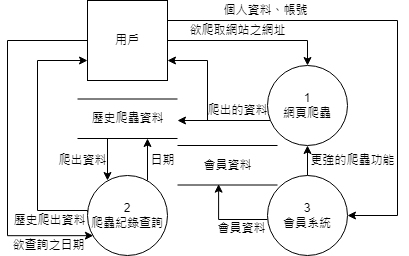
chunghaonien/topic_108 keeps this draw.io diagram as 手冊圖片/DFD/Diagram 0.png. Above is the earlier version. Source tidied: cells renumbered, new cells last; positions are measured from the earlier drawing's top-left corner, leaving out a move shared by most shapes.
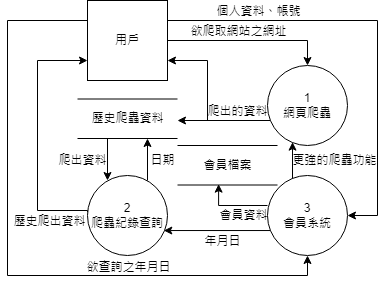
The same diagram one commit later.

The edit, as a diff of the source:
```diff
@@ -10,24 +10,11 @@
         <mxPoint x="5" y="-9" as="offset" />
       </mxGeometry>
     </mxCell>
-    <mxCell id="4" style="edgeStyle=orthogonalEdgeStyle;rounded=0;jettySize=auto;html=1;entryX=0.073;entryY=0.752;entryDx=0;entryDy=0;entryPerimeter=0;exitX=0;exitY=0.5;exitDx=0;exitDy=0;" parent="1" edge="1" source="8" target="20">
-      <mxGeometry relative="1" as="geometry">
-        <Array as="points">
-          <mxPoint y="40" />
-          <mxPoint y="235" />
-        </Array>
-      </mxGeometry>
-    </mxCell>
-    <mxCell id="5" value="欲查詢之日期" style="edgeLabel;html=1;align=center;verticalAlign=middle;" parent="4" vertex="1">
-      <mxGeometry x="0.7" relative="1" as="geometry">
-        <mxPoint x="9" y="10" as="offset" />
-      </mxGeometry>
-    </mxCell>
     <mxCell id="6" style="edgeStyle=orthogonalEdgeStyle;rounded=0;jettySize=auto;html=1;exitX=1;exitY=0.25;exitDx=0;exitDy=0;entryX=1;entryY=0.5;entryDx=0;entryDy=0;" parent="1" edge="1" source="8" target="27">
       <mxGeometry relative="1" as="geometry">
         <Array as="points">
-          <mxPoint x="390" y="20" />
-          <mxPoint x="390" y="215" />
+          <mxPoint x="370" y="20" />
+          <mxPoint x="370" y="215" />
         </Array>
       </mxGeometry>
     </mxCell>
@@ -36,6 +23,20 @@
         <mxPoint x="8" y="-8" as="offset" />
       </mxGeometry>
     </mxCell>
+    <mxCell id="35" style="edgeStyle=orthogonalEdgeStyle;rounded=0;jettySize=auto;html=1;exitX=0;exitY=0.25;exitDx=0;exitDy=0;entryX=0.5;entryY=1;entryDx=0;entryDy=0;" parent="1" edge="1" source="8" target="27">
+      <mxGeometry relative="1" as="geometry">
+        <Array as="points">
+          <mxPoint y="20" />
+          <mxPoint y="275" />
+          <mxPoint x="300" y="275" />
+        </Array>
+      </mxGeometry>
+    </mxCell>
+    <mxCell id="36" value="欲查詢之年月日" style="edgeLabel;html=1;align=center;verticalAlign=middle;" parent="35" vertex="1">
+      <mxGeometry x="0.56" y="-1" relative="1" as="geometry">
+        <mxPoint x="-57" y="-10" as="offset" />
+      </mxGeometry>
+    </mxCell>
     <mxCell id="8" value="用戶" style="whiteSpace=wrap;html=1;" parent="1" vertex="1">
       <mxGeometry x="80" width="80" height="80" as="geometry" />
     </mxCell>
@@ -114,26 +115,19 @@
         <mxPoint x="100" y="180" as="targetPoint" />
       </mxGeometry>
     </mxCell>
-    <mxCell id="24" style="edgeStyle=orthogonalEdgeStyle;rounded=0;orthogonalLoop=1;jettySize=auto;html=1;exitX=0;exitY=0.5;exitDx=0;exitDy=0;entryX=0.373;entryY=0.997;entryDx=0;entryDy=0;entryPerimeter=0;" parent="1" edge="1">
+    <mxCell id="24" style="edgeStyle=orthogonalEdgeStyle;rounded=0;jettySize=auto;html=1;exitX=0;exitY=0.375;exitDx=0;exitDy=0;entryX=0.373;entryY=0.997;entryDx=0;entryDy=0;entryPerimeter=0;exitPerimeter=0;" parent="1" edge="1" source="27">
       <mxGeometry relative="1" as="geometry">
-        <mxPoint x="260" y="219" as="sourcePoint" />
         <mxPoint x="211.1" y="183.7" as="targetPoint" />
         <Array as="points">
-          <mxPoint x="211" y="219" />
+          <mxPoint x="211" y="205" />
         </Array>
       </mxGeometry>
     </mxCell>
     <mxCell id="25" value="會員資料" style="edgeLabel;html=1;align=center;verticalAlign=middle;" parent="24" vertex="1">
       <mxGeometry x="-0.31" y="-2" relative="1" as="geometry">
-        <mxPoint x="3" y="11" as="offset" />
+        <mxPoint x="-1" y="11" as="offset" />
       </mxGeometry>
     </mxCell>
-    <mxCell id="26" style="edgeStyle=orthogonalEdgeStyle;rounded=0;jettySize=auto;html=1;entryX=0.5;entryY=1;entryDx=0;entryDy=0;" parent="1" edge="1" source="27" target="11">
-      <mxGeometry relative="1" as="geometry" />
-    </mxCell>
-    <mxCell id="27" value="3&lt;br&gt;會員系統" style="ellipse;whiteSpace=wrap;html=1;" parent="1" vertex="1">
-      <mxGeometry x="260" y="175" width="80" height="80" as="geometry" />
-    </mxCell>
     <mxCell id="28" style="group;" parent="1" vertex="1">
       <mxGeometry x="170" y="145" width="100" height="39.5" as="geometry" />
     </mxCell>
@@ -152,7 +146,7 @@
         <mxPoint x="100" y="39.5" as="targetPoint" />
       </mxGeometry>
     </mxCell>
-    <mxCell id="32" value="會員資料" style="text;html=1;align=center;verticalAlign=middle;strokeColor=none;fillColor=none;" parent="29" vertex="1">
+    <mxCell id="32" value="會員檔案" style="text;html=1;align=center;verticalAlign=middle;strokeColor=none;fillColor=none;" parent="29" vertex="1">
       <mxGeometry x="15" y="4.8" width="70" height="30" as="geometry" />
     </mxCell>
     <mxCell id="33" style="endArrow=classic;html=1;rounded=0;" parent="1" edge="1">
@@ -162,7 +156,26 @@
       </mxGeometry>
     </mxCell>
     <mxCell id="34" value="更強的爬蟲功能" style="text;html=1;align=center;verticalAlign=middle;strokeColor=none;fillColor=none;" parent="1" vertex="1">
-      <mxGeometry x="290" y="145" width="110" height="30" as="geometry" />
+      <mxGeometry x="272" y="145" width="110" height="30" as="geometry" />
     </mxCell>
+    <mxCell id="37" style="endArrow=classic;html=1;rounded=0;exitX=0;exitY=0.688;exitDx=0;exitDy=0;exitPerimeter=0;entryX=0.954;entryY=0.688;entryDx=0;entryDy=0;entryPerimeter=0;" parent="1" edge="1" target="20">
+      <mxGeometry relative="1" as="geometry">
+        <mxPoint x="263" y="230" as="sourcePoint" />
+      </mxGeometry>
+    </mxCell>
+    <mxCell id="38" value="年月日" style="edgeLabel;html=1;align=center;verticalAlign=middle;" parent="37" vertex="1">
+      <mxGeometry x="-0.38" relative="1" as="geometry">
+        <mxPoint x="-16" y="10" as="offset" />
+      </mxGeometry>
+    </mxCell>
+    <mxCell id="39" style="endArrow=classic;html=1;rounded=0;entryX=0.313;entryY=0.933;entryDx=0;entryDy=0;entryPerimeter=0;" parent="1" edge="1">
+      <mxGeometry relative="1" as="geometry">
+        <mxPoint x="285" y="180" as="sourcePoint" />
+        <mxPoint x="285" y="141.6" as="targetPoint" />
+      </mxGeometry>
+    </mxCell>
+    <mxCell id="27" value="3&lt;br&gt;會員系統" style="ellipse;whiteSpace=wrap;html=1;" parent="1" vertex="1">
+      <mxGeometry x="260" y="175" width="80" height="80" as="geometry" />
+    </mxCell>
   </root>
 </mxGraphModel>
```
